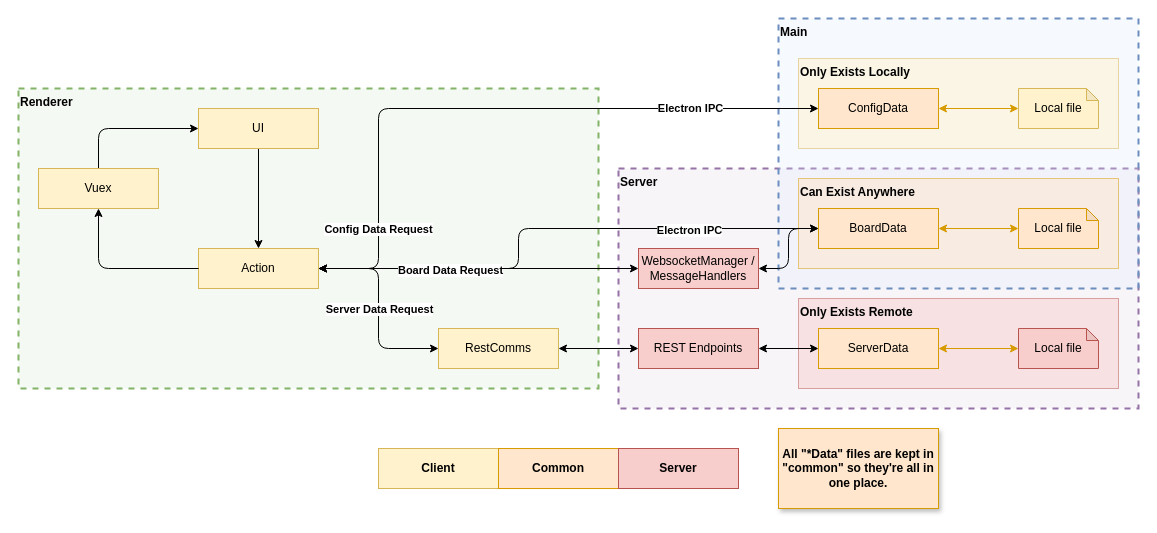
Before: docs/actionframework.drawio in benzenittini/constellation, a draw.io diagram. Source tidied: cells renumbered, new cells numbered last; positions are measured from the earlier drawing's top-left corner, leaving out a move shared by most shapes. Both pictures are drawn from the tidied source at 100%, with x=0, y=0 at pixel (18, 18).
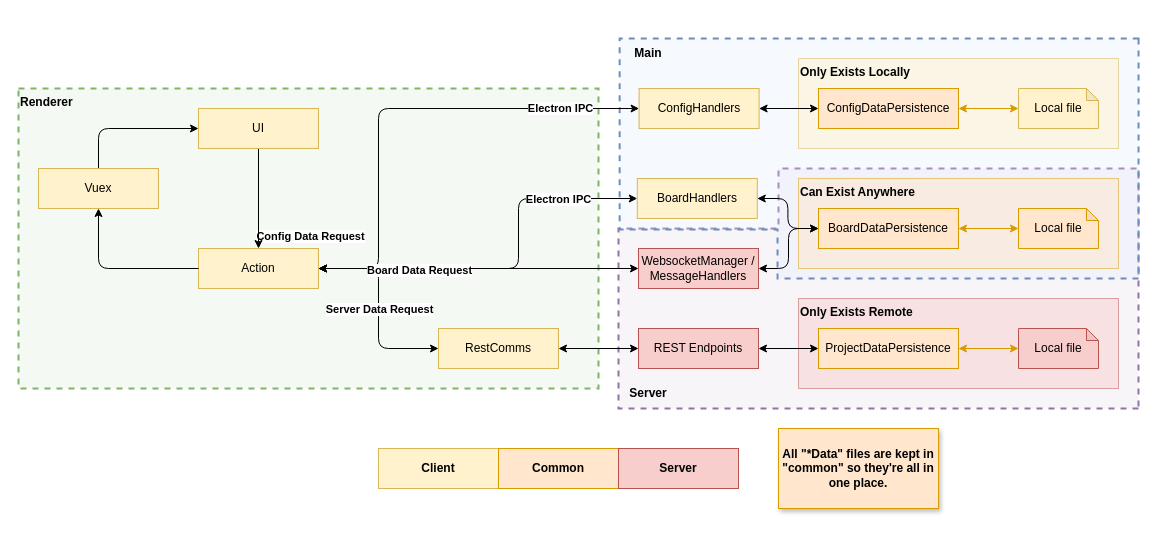
The same page after the edit.

Unchanged cells that the change refers to:
```xml
<mxCell id="14" value="Action" style="rounded=0;whiteSpace=wrap;html=1;verticalAlign=middle;fontStyle=0;align=center;fillColor=#fff2cc;strokeColor=#d6b656;strokeWidth=1;" parent="1" vertex="1">
  <mxGeometry x="180" y="230" width="120" height="40" as="geometry" />
</mxCell>
<mxCell id="32" value="WebsocketManager /&lt;br&gt;MessageHandlers" style="rounded=0;whiteSpace=wrap;html=1;fillColor=#f8cecc;strokeColor=#b85450;strokeWidth=1;" parent="1" vertex="1">
  <mxGeometry x="620" y="230" width="120" height="40" as="geometry" />
</mxCell>
```

What changed in the source:
```diff
@@
-    <mxCell id="2" value="Server" style="rounded=0;whiteSpace=wrap;html=1;verticalAlign=top;fontStyle=1;align=left;strokeWidth=2;dashed=1;fillColor=#e1d5e7;strokeColor=#9673a6;perimeterSpacing=0;glass=0;fillStyle=auto;fillOpacity=25;" parent="1" vertex="1">
-      <mxGeometry x="600" y="150" width="520" height="240" as="geometry" />
-    </mxCell>
-    <mxCell id="3" value="Main" style="rounded=0;whiteSpace=wrap;html=1;verticalAlign=top;fontStyle=1;align=left;strokeWidth=2;dashed=1;fillColor=#dae8fc;strokeColor=#6c8ebf;perimeterSpacing=0;glass=0;fillStyle=auto;fillOpacity=25;" parent="1" vertex="1">
-      <mxGeometry x="760" width="360" height="270" as="geometry" />
-    </mxCell>
+    <mxCell id="42" style="shape=corner;whiteSpace=wrap;html=1;rotation=-180;dx=360;dy=180;fillOpacity=25;fillColor=#e1d5e7;strokeColor=#9673a6;dashed=1;strokeWidth=2;" parent="1" vertex="1">
+      <mxGeometry x="600" y="150" width="520" height="240" as="geometry" />
+    </mxCell>
+    <mxCell id="43" style="shape=corner;whiteSpace=wrap;html=1;rotation=90;dx=191;dy=361;fillOpacity=25;fillColor=#dae8fc;strokeColor=#6c8ebf;dashed=1;strokeWidth=2;" parent="1" vertex="1">
+      <mxGeometry x="740.6" y="-119.5" width="240" height="518.9" as="geometry" />
+    </mxCell>
@@
-    <mxCell id="9" style="edgeStyle=orthogonalEdgeStyle;rounded=1;jettySize=auto;html=1;exitX=1;exitY=0.5;exitDx=0;exitDy=0;entryX=0;entryY=0.5;entryDx=0;entryDy=0;startArrow=classic;startFill=1;" parent="1" edge="1" source="14" target="37">
+    <mxCell id="9" style="edgeStyle=orthogonalEdgeStyle;rounded=1;jettySize=auto;html=1;exitX=1;exitY=0.5;exitDx=0;exitDy=0;entryX=0;entryY=0.5;entryDx=0;entryDy=0;startArrow=classic;startFill=1;" parent="1" edge="1" source="14" target="45">
       <mxGeometry relative="1" as="geometry">
         <Array as="points">
           <mxPoint x="360" y="250" />
           <mxPoint x="360" y="90" />
         </Array>
       </mxGeometry>
     </mxCell>
     <mxCell id="10" value="Electron IPC" style="edgeLabel;html=1;align=center;verticalAlign=middle;fontStyle=1;" parent="9" vertex="1">
       <mxGeometry x="0.51" y="1" relative="1" as="geometry">
-        <mxPoint x="33" as="offset" />
+        <mxPoint x="38" as="offset" />
       </mxGeometry>
     </mxCell>
@@
-    <mxCell id="16" value="BoardData" style="rounded=0;whiteSpace=wrap;html=1;fillColor=#ffe6cc;strokeColor=#d79b00;strokeWidth=1;" parent="1" vertex="1">
-      <mxGeometry x="800" y="190" width="120" height="40" as="geometry" />
+    <mxCell id="16" value="BoardDataPersistence" style="rounded=0;whiteSpace=wrap;html=1;fillColor=#ffe6cc;strokeColor=#d79b00;strokeWidth=1;" parent="1" vertex="1">
+      <mxGeometry x="800" y="190" width="140" height="40" as="geometry" />
     </mxCell>
@@
-    <mxCell id="21" value="ServerData" style="rounded=0;whiteSpace=wrap;html=1;fillColor=#ffe6cc;strokeColor=#d79b00;strokeWidth=1;" parent="1" vertex="1">
-      <mxGeometry x="800" y="310" width="120" height="40" as="geometry" />
+    <mxCell id="21" value="ProjectDataPersistence" style="rounded=0;whiteSpace=wrap;html=1;fillColor=#ffe6cc;strokeColor=#d79b00;strokeWidth=1;" parent="1" vertex="1">
+      <mxGeometry x="800" y="310" width="140" height="40" as="geometry" />
     </mxCell>
@@
-    <mxCell id="23" style="edgeStyle=orthogonalEdgeStyle;rounded=1;jettySize=auto;html=1;exitX=1;exitY=0.5;exitDx=0;exitDy=0;entryX=0;entryY=0.5;entryDx=0;entryDy=0;startArrow=classic;startFill=1;" parent="1" edge="1" source="14" target="16">
+    <mxCell id="23" style="edgeStyle=orthogonalEdgeStyle;rounded=1;jettySize=auto;html=1;exitX=1;exitY=0.5;exitDx=0;exitDy=0;entryX=0;entryY=0.5;entryDx=0;entryDy=0;startArrow=classic;startFill=1;" parent="1" edge="1" source="14" target="47">
       <mxGeometry relative="1" as="geometry">
         <Array as="points">
           <mxPoint x="500" y="250" />
-          <mxPoint x="500" y="210" />
+          <mxPoint x="500" y="180" />
         </Array>
       </mxGeometry>
     </mxCell>
     <mxCell id="24" value="Electron IPC" style="edgeLabel;html=1;align=center;verticalAlign=middle;fontStyle=1;" parent="23" vertex="1">
       <mxGeometry x="-0.18" y="1" relative="1" as="geometry">
-        <mxPoint x="171" y="-18" as="offset" />
+        <mxPoint x="80" y="-69" as="offset" />
       </mxGeometry>
     </mxCell>
@@
     <mxCell id="31" style="edgeStyle=orthogonalEdgeStyle;rounded=1;jettySize=auto;html=1;exitX=1;exitY=0.5;exitDx=0;exitDy=0;entryX=0;entryY=0.5;entryDx=0;entryDy=0;startArrow=classic;startFill=1;" parent="1" edge="1" source="32" target="16">
-      <mxGeometry relative="1" as="geometry" />
+      <mxGeometry relative="1" as="geometry">
+        <Array as="points">
+          <mxPoint x="770" y="250" />
+          <mxPoint x="770" y="210" />
+        </Array>
+      </mxGeometry>
     </mxCell>
@@
-    <mxCell id="37" value="ConfigData" style="rounded=0;whiteSpace=wrap;html=1;fillColor=#ffe6cc;strokeColor=#d79b00;strokeWidth=1;" parent="1" vertex="1">
-      <mxGeometry x="800" y="70" width="120" height="40" as="geometry" />
+    <mxCell id="37" value="ConfigDataPersistence" style="rounded=0;whiteSpace=wrap;html=1;fillColor=#ffe6cc;strokeColor=#d79b00;strokeWidth=1;" parent="1" vertex="1">
+      <mxGeometry x="800" y="70" width="140" height="40" as="geometry" />
     </mxCell>
@@
+    <mxCell id="44" style="edgeStyle=orthogonalEdgeStyle;rounded=1;jettySize=auto;html=1;exitX=1;exitY=0.5;exitDx=0;exitDy=0;entryX=0;entryY=0.5;entryDx=0;entryDy=0;startArrow=classic;startFill=1;" parent="1" edge="1" source="45" target="37">
+      <mxGeometry relative="1" as="geometry" />
+    </mxCell>
+    <mxCell id="45" value="ConfigHandlers" style="rounded=0;whiteSpace=wrap;html=1;fillColor=#fff2cc;strokeColor=#d6b656;strokeWidth=1;" parent="1" vertex="1">
+      <mxGeometry x="620.6" y="70" width="120" height="40" as="geometry" />
+    </mxCell>
+    <mxCell id="46" style="edgeStyle=orthogonalEdgeStyle;rounded=1;jettySize=auto;html=1;exitX=1;exitY=0.5;exitDx=0;exitDy=0;entryX=0;entryY=0.5;entryDx=0;entryDy=0;startArrow=classic;startFill=1;" parent="1" edge="1" source="47" target="16">
+      <mxGeometry relative="1" as="geometry" />
+    </mxCell>
+    <mxCell id="47" value="BoardHandlers" style="rounded=0;whiteSpace=wrap;html=1;fillColor=#fff2cc;strokeColor=#d6b656;strokeWidth=1;" parent="1" vertex="1">
+      <mxGeometry x="618.8" y="160" width="120" height="40" as="geometry" />
+    </mxCell>
+    <mxCell id="3" value="Main" style="text;html=1;strokeColor=none;fillColor=none;align=center;verticalAlign=middle;whiteSpace=wrap;rounded=0;dashed=1;strokeWidth=2;fontStyle=1;" parent="1" vertex="1">
+      <mxGeometry x="600" y="20" width="60" height="30" as="geometry" />
+    </mxCell>
+    <mxCell id="2" value="Server" style="text;html=1;strokeColor=none;fillColor=none;align=center;verticalAlign=middle;whiteSpace=wrap;rounded=0;dashed=1;strokeWidth=2;fontStyle=1;" parent="1" vertex="1">
+      <mxGeometry x="600" y="360" width="60" height="30" as="geometry" />
+    </mxCell>
```
